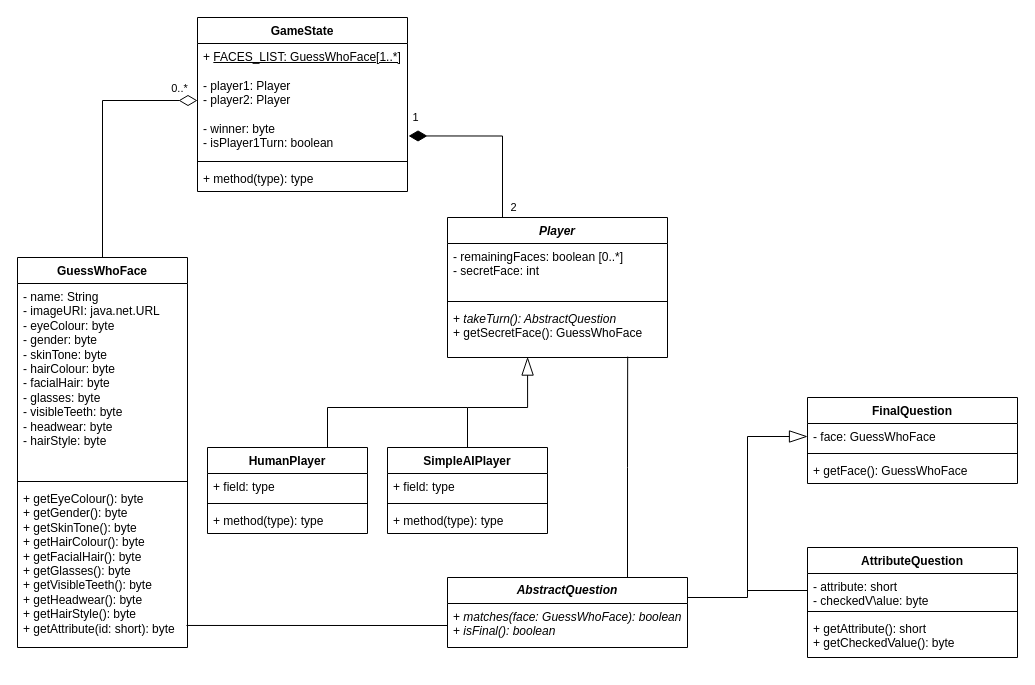
Before: uml-diagram.drawio in jgcodes2020/GSEGuessWho, a draw.io diagram. Source tidied: cells renumbered, new cells numbered last; positions are measured from the earlier drawing's top-left corner, leaving out a move shared by most shapes. Both pictures are drawn from the tidied source at 100%, with x=0, y=0 at pixel (17, 17).
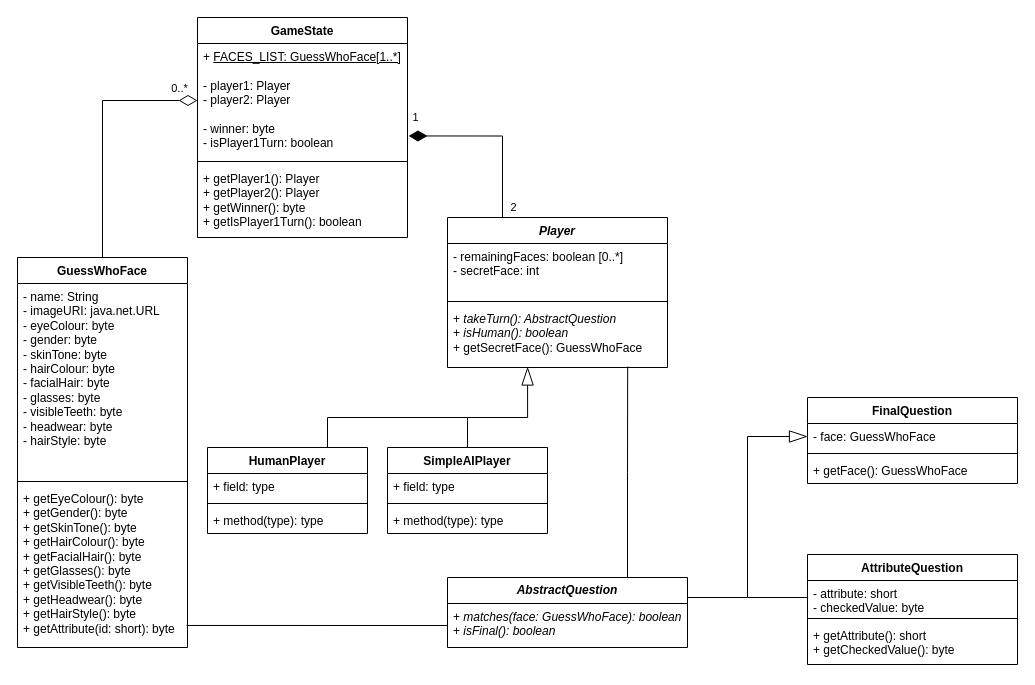
Above is the later version.

Commit message:
Getters for GameState (UML)

The change refers to these unchanged cells:
```xml
<mxCell id="12" value="SimpleAIPlayer" style="swimlane;fontStyle=1;align=center;verticalAlign=top;horizontal=1;startSize=26;whiteSpace=wrap;html=1;" parent="1" vertex="1">
  <mxGeometry x="370" y="430" width="160" height="86" as="geometry" />
</mxCell>
<mxCell id="17" value="HumanPlayer" style="swimlane;fontStyle=1;align=center;verticalAlign=top;horizontal=1;startSize=26;whiteSpace=wrap;html=1;" parent="1" vertex="1">
  <mxGeometry x="190" y="430" width="160" height="86" as="geometry" />
</mxCell>
```

What changed in the source:
```diff
@@
     <mxCell id="8" value="&lt;i&gt;Player&lt;/i&gt;" style="swimlane;fontStyle=1;align=center;verticalAlign=top;horizontal=1;startSize=26;whiteSpace=wrap;html=1;" parent="1" vertex="1">
-      <mxGeometry x="430" y="200" width="220" height="140" as="geometry" />
+      <mxGeometry x="430" y="200" width="220" height="150" as="geometry" />
     </mxCell>
@@
-    <mxCell id="11" value="&lt;div&gt;+ &lt;i&gt;takeTurn(): AbstractQuestion&lt;br&gt;&lt;/i&gt;&lt;/div&gt;&lt;div&gt;+ getSecretFace(): GuessWhoFace&lt;br&gt;&lt;/div&gt;" style="text;strokeColor=none;fillColor=none;align=left;verticalAlign=top;spacingLeft=4;spacingRight=4;overflow=hidden;points=[[0,0.5],[1,0.5]];portConstraint=eastwest;whiteSpace=wrap;html=1;" parent="8" vertex="1">
-      <mxGeometry y="88" width="220" height="52" as="geometry" />
+    <mxCell id="11" value="&lt;div&gt;+ &lt;i&gt;takeTurn(): AbstractQuestion&lt;br&gt;&lt;/i&gt;&lt;/div&gt;&lt;div&gt;+ &lt;i&gt;isHuman(): boolean&lt;/i&gt;&lt;br&gt;&lt;/div&gt;&lt;div&gt;+ getSecretFace(): GuessWhoFace&lt;br&gt;&lt;/div&gt;" style="text;strokeColor=none;fillColor=none;align=left;verticalAlign=top;spacingLeft=4;spacingRight=4;overflow=hidden;points=[[0,0.5],[1,0.5]];portConstraint=eastwest;whiteSpace=wrap;html=1;" parent="8" vertex="1">
+      <mxGeometry y="88" width="220" height="62" as="geometry" />
     </mxCell>
@@
     <mxCell id="16" style="edgeStyle=orthogonalEdgeStyle;rounded=0;jettySize=auto;html=1;exitX=0.75;exitY=0;exitDx=0;exitDy=0;endArrow=none;endFill=0;" parent="1" edge="1" source="17">
       <mxGeometry relative="1" as="geometry">
-        <mxPoint x="450" y="390" as="targetPoint" />
+        <mxPoint x="450" y="400" as="targetPoint" />
         <Array as="points">
-          <mxPoint x="310" y="390" />
+          <mxPoint x="310" y="400" />
         </Array>
       </mxGeometry>
     </mxCell>
@@
     <mxCell id="21" value="GameState" style="swimlane;fontStyle=1;align=center;verticalAlign=top;horizontal=1;startSize=26;whiteSpace=wrap;html=1;" parent="1" vertex="1">
-      <mxGeometry x="180" width="210" height="174" as="geometry" />
+      <mxGeometry x="180" width="210" height="220" as="geometry" />
     </mxCell>
@@
-    <mxCell id="24" value="+ method(type): type" style="text;strokeColor=none;fillColor=none;align=left;verticalAlign=top;spacingLeft=4;spacingRight=4;overflow=hidden;whiteSpace=wrap;html=1;" parent="21" vertex="1">
-      <mxGeometry y="148" width="210" height="26" as="geometry" />
+    <mxCell id="24" value="&lt;div&gt;+ getPlayer1(): Player&lt;/div&gt;&lt;div&gt;+ getPlayer2(): Player&lt;br&gt;&lt;/div&gt;&lt;div&gt;+ getWinner(): byte&lt;br&gt;+ getIsPlayer1Turn(): boolean&lt;br&gt;&lt;/div&gt;" style="text;strokeColor=none;fillColor=none;align=left;verticalAlign=top;spacingLeft=4;spacingRight=4;overflow=hidden;whiteSpace=wrap;html=1;" parent="21" vertex="1">
+      <mxGeometry y="148" width="210" height="72" as="geometry" />
     </mxCell>
@@
     <mxCell id="31" style="edgeStyle=orthogonalEdgeStyle;rounded=0;jettySize=auto;html=1;exitX=0.5;exitY=0;exitDx=0;exitDy=0;entryX=0.364;entryY=0.992;entryDx=0;entryDy=0;entryPerimeter=0;endArrow=blockThin;endFill=0;endSize=16;" parent="1" edge="1" source="12" target="11">
-      <mxGeometry relative="1" as="geometry" />
+      <mxGeometry relative="1" as="geometry">
+        <Array as="points">
+          <mxPoint x="450" y="400" />
+          <mxPoint x="510" y="400" />
+        </Array>
+      </mxGeometry>
     </mxCell>
@@
     <mxCell id="38" value="AttributeQuestion" style="swimlane;fontStyle=1;align=center;verticalAlign=top;horizontal=1;startSize=26;whiteSpace=wrap;html=1;" parent="1" vertex="1">
-      <mxGeometry x="790" y="530" width="210" height="110" as="geometry" />
+      <mxGeometry x="790" y="537" width="210" height="110" as="geometry" />
     </mxCell>
@@
-    <mxCell id="40" value="&lt;div&gt;- attribute: short&lt;/div&gt;&lt;div&gt;- checkedV\alue: byte&lt;br&gt;&lt;/div&gt;" style="text;strokeColor=none;fillColor=none;align=left;verticalAlign=top;spacingLeft=4;spacingRight=4;overflow=hidden;points=[[0,0.5],[1,0.5]];portConstraint=eastwest;whiteSpace=wrap;html=1;" parent="38" vertex="1">
+    <mxCell id="40" value="&lt;div&gt;- attribute: short&lt;/div&gt;&lt;div&gt;- checkedValue: byte&lt;br&gt;&lt;/div&gt;" style="text;strokeColor=none;fillColor=none;align=left;verticalAlign=top;spacingLeft=4;spacingRight=4;overflow=hidden;points=[[0,0.5],[1,0.5]];portConstraint=eastwest;whiteSpace=wrap;html=1;" parent="38" vertex="1">
       <mxGeometry y="26" width="210" height="34" as="geometry" />
     </mxCell>
```
